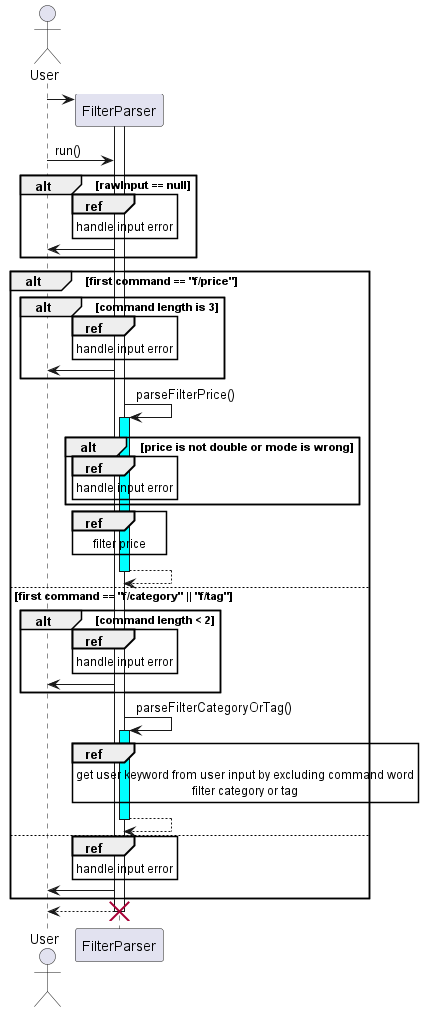
The PlantUML diagram docs/UML/Filter/FilterSequence.png in nus-cs2113-AY2223S2/tp, before a commit.
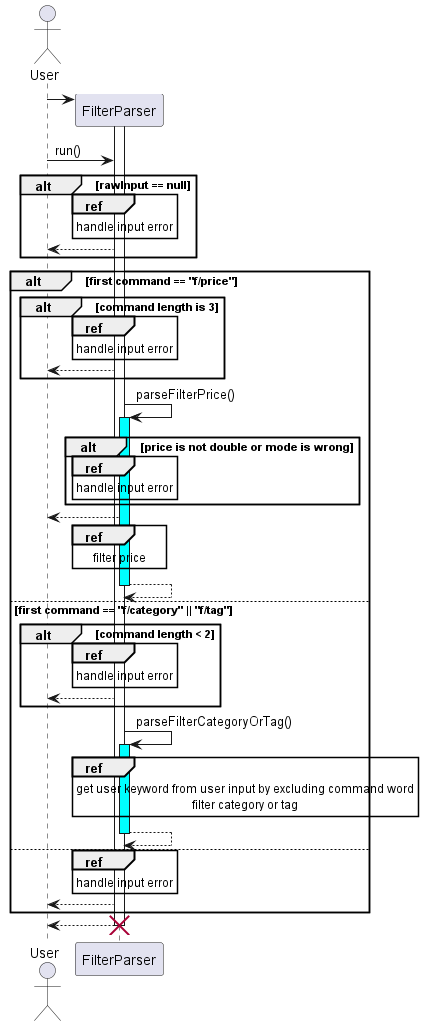
Above is the later version.

Change to the diagram source:
```diff
@@ -9,14 +9,14 @@
     ref over FilterParser
         handle input error
     end ref
-    FilterParser -> User
+    FilterParser --> User
 end
 alt first command == "f/price"
     alt command length is 3
         ref over FilterParser
             handle input error
         end ref
-        FilterParser -> User
+        FilterParser --> User
     end
     FilterParser -> FilterParser: parseFilterPrice()
     activate FilterParser #cyan
@@ -25,6 +25,7 @@
             handle input error
         end ref
     end
+    FilterParser --> User
     ref over FilterParser
         filter price
     end ref
@@ -34,7 +35,7 @@
         ref over FilterParser
             handle input error
         end ref
-        FilterParser -> User
+        FilterParser --> User
     end
     FilterParser -> FilterParser: parseFilterCategoryOrTag()
     activate FilterParser #cyan
@@ -47,7 +48,7 @@
     ref over FilterParser
         handle input error
     end ref
-    FilterParser -> User
+    FilterParser --> User
 end
 return
 destroy FilterParser
```
